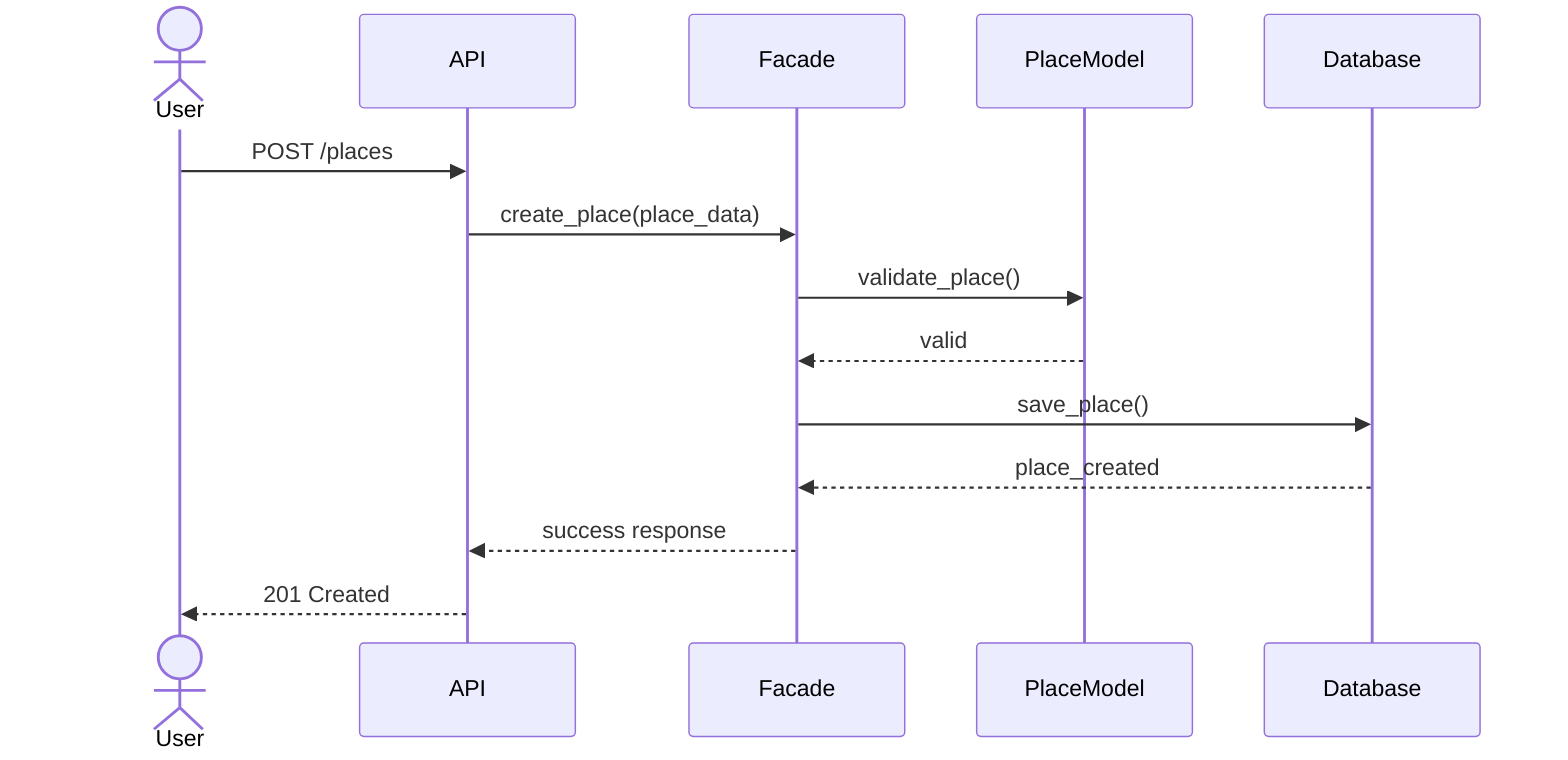
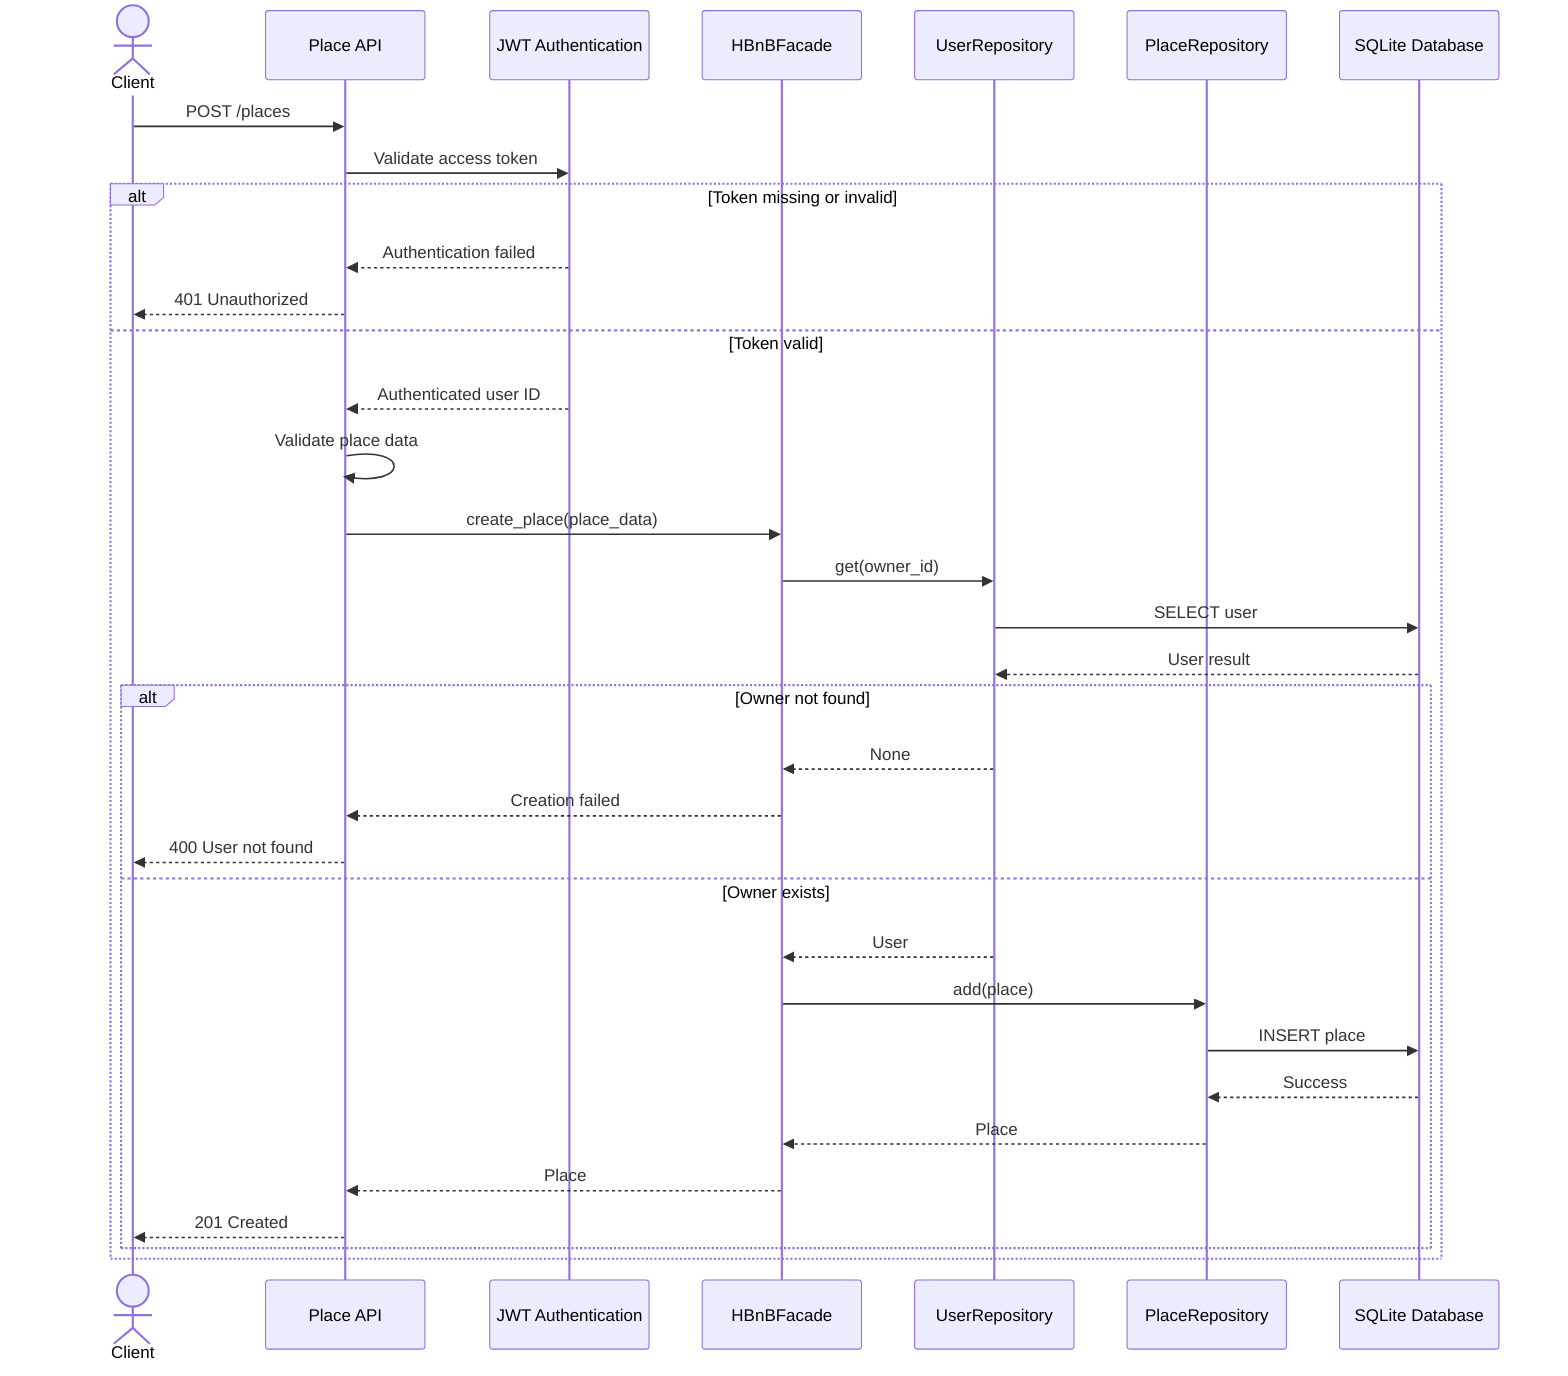
sequenceDiagram

- actor User
+     actor Client

- participant API
- participant Facade
- participant PlaceModel
- participant Database
+     participant API as Place API
+     participant JWT as JWT Authentication
+     participant Facade as HBnBFacade
+     participant UserRepo as UserRepository
+     participant PlaceRepo as PlaceRepository
+     participant DB as SQLite Database

- User->>API: POST /places
+     Client->>API: POST /places
+     API->>JWT: Validate access token

- API->>Facade: create_place(place_data)
+     alt Token missing or invalid
+         JWT-->>API: Authentication failed
+         API-->>Client: 401 Unauthorized

- Facade->>PlaceModel: validate_place()
+     else Token valid
+         JWT-->>API: Authenticated user ID

- PlaceModel-->>Facade: valid
+         API->>API: Validate place data
+         API->>Facade: create_place(place_data)

- Facade->>Database: save_place()
+         Facade->>UserRepo: get(owner_id)
+         UserRepo->>DB: SELECT user
+         DB-->>UserRepo: User result

- Database-->>Facade: place_created
+         alt Owner not found
+             UserRepo-->>Facade: None
+             Facade-->>API: Creation failed
+             API-->>Client: 400 User not found

- Facade-->>API: success response
+         else Owner exists
+             UserRepo-->>Facade: User

- API-->>User: 201 Created
+             Facade->>PlaceRepo: add(place)
+             PlaceRepo->>DB: INSERT place
+             DB-->>PlaceRepo: Success

+             PlaceRepo-->>Facade: Place
+             Facade-->>API: Place
+ 
+             API-->>Client: 201 Created
+         end
+     end
